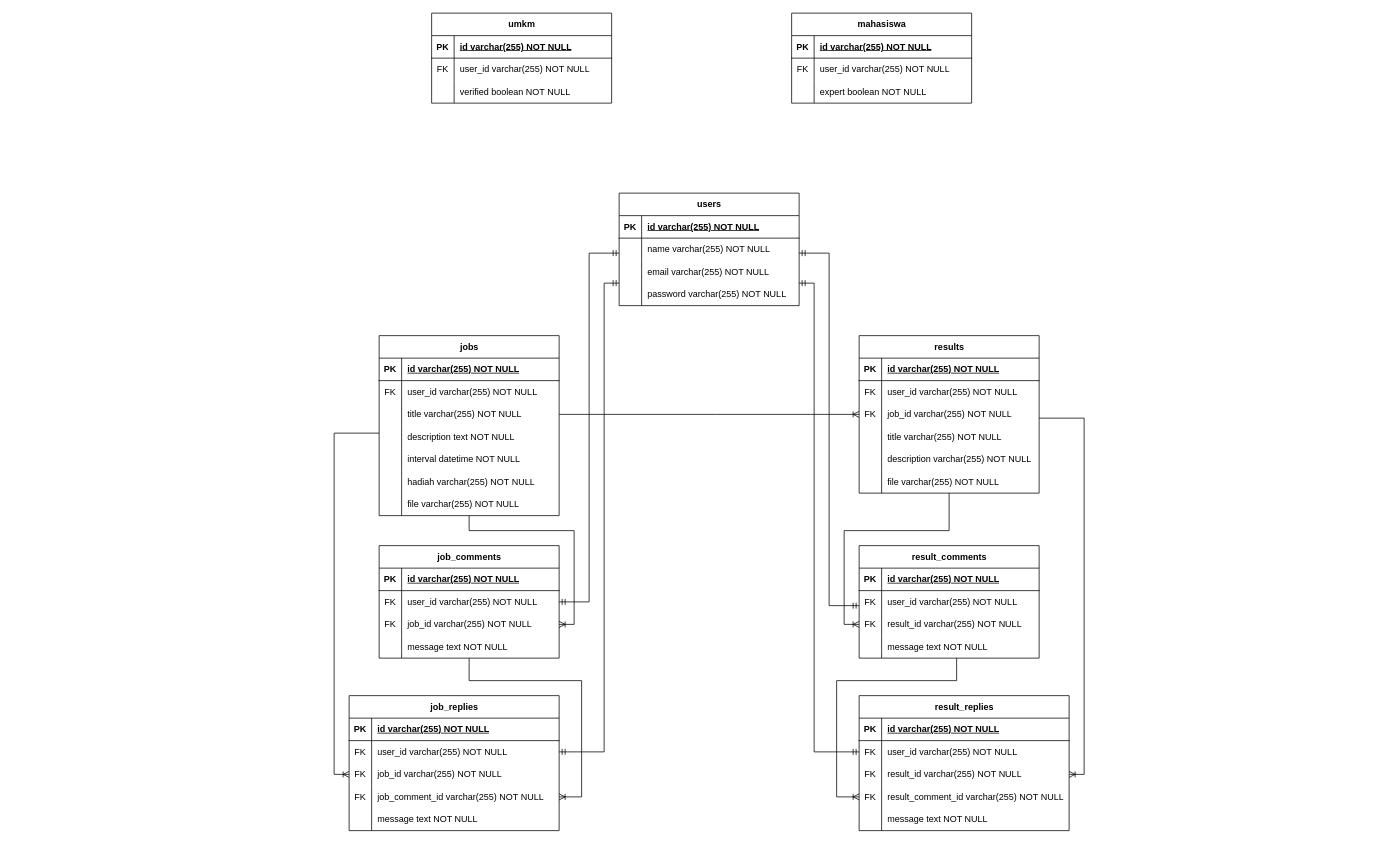
Above: Untitled Diagram.drawio in isalzufari/sayembaara (draw.io), before the change. Source tidied: cells renumbered, new cells numbered last; positions are measured from the earlier drawing's top-left corner, leaving out a move shared by most shapes. Both pictures are drawn from the tidied source at 75%, with x=0, y=0 at pixel (334, 13).
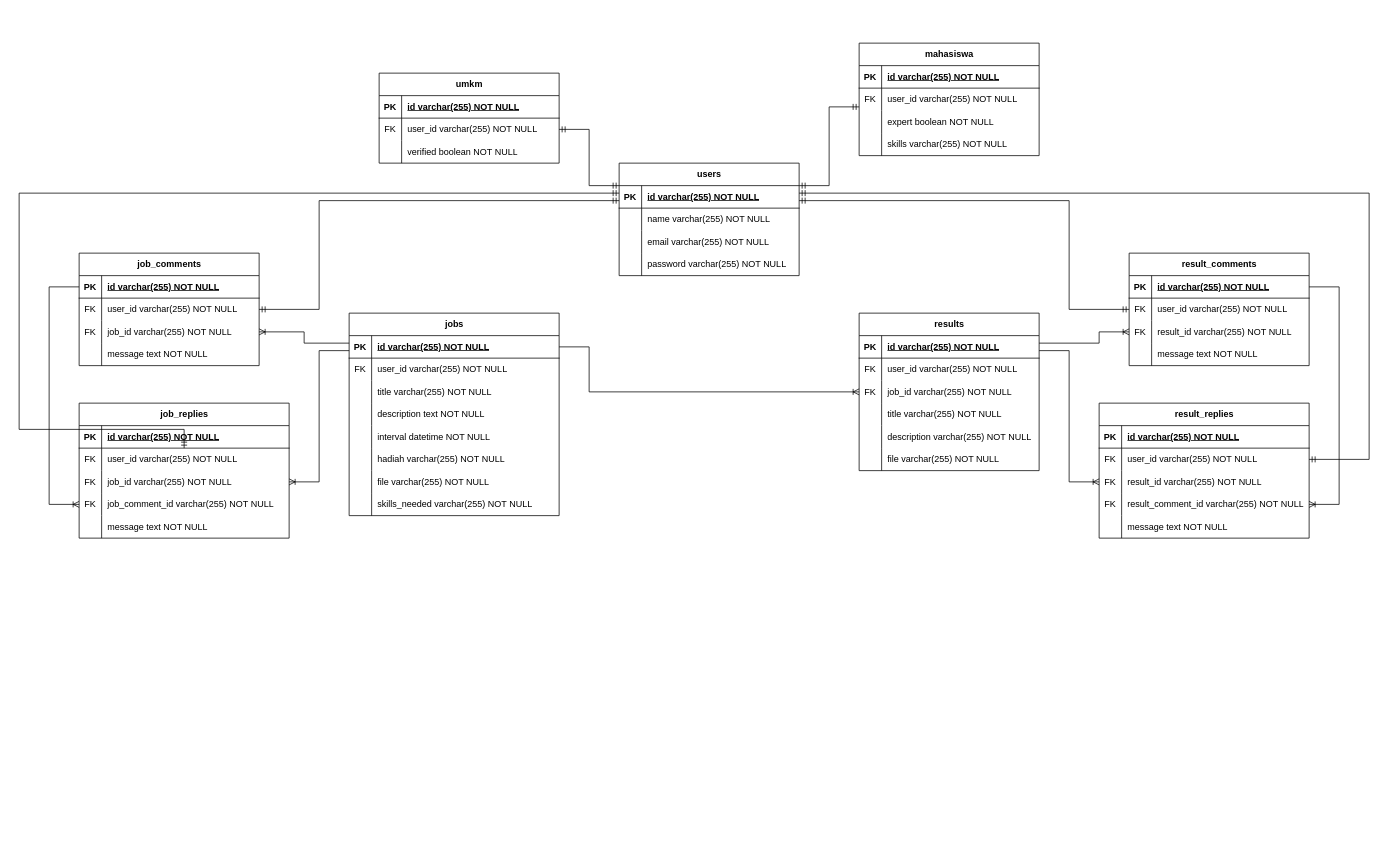
Above is the later version.

Commit message:
ERD: change direction

The change refers to these unchanged cells:
```xml
<mxCell id="3" style="shape=tableRow;horizontal=0;startSize=0;swimlaneHead=0;swimlaneBody=0;fillColor=none;points=[[0,0.5],[1,0.5]];portConstraint=eastwest;top=0;left=0;right=0;bottom=1;" parent="2" vertex="1">
  <mxGeometry y="30" width="240" height="30" as="geometry" />
</mxCell>
<mxCell id="38" style="shape=tableRow;horizontal=0;startSize=0;swimlaneHead=0;swimlaneBody=0;fillColor=none;points=[[0,0.5],[1,0.5]];portConstraint=eastwest;top=0;left=0;right=0;bottom=1;" parent="37" vertex="1">
  <mxGeometry y="30" width="240" height="30" as="geometry" />
</mxCell>
<mxCell id="41" style="shape=tableRow;horizontal=0;startSize=0;swimlaneHead=0;swimlaneBody=0;fillColor=none;points=[[0,0.5],[1,0.5]];portConstraint=eastwest;top=0;left=0;right=0;bottom=0;" parent="37" vertex="1">
  <mxGeometry y="60" width="240" height="30" as="geometry" />
</mxCell>
<mxCell id="44" style="shape=tableRow;horizontal=0;startSize=0;swimlaneHead=0;swimlaneBody=0;fillColor=none;points=[[0,0.5],[1,0.5]];portConstraint=eastwest;top=0;left=0;right=0;bottom=0;" parent="37" vertex="1">
  <mxGeometry y="90" width="240" height="30" as="geometry" />
</mxCell>
<mxCell id="54" style="shape=tableRow;horizontal=0;startSize=0;swimlaneHead=0;swimlaneBody=0;fillColor=none;points=[[0,0.5],[1,0.5]];portConstraint=eastwest;top=0;left=0;right=0;bottom=0;" parent="50" vertex="1">
  <mxGeometry y="60" width="280" height="30" as="geometry" />
</mxCell>
<mxCell id="57" style="shape=tableRow;horizontal=0;startSize=0;swimlaneHead=0;swimlaneBody=0;fillColor=none;points=[[0,0.5],[1,0.5]];portConstraint=eastwest;top=0;left=0;right=0;bottom=0;" parent="50" vertex="1">
  <mxGeometry y="90" width="280" height="30" as="geometry" />
</mxCell>
<mxCell id="60" style="shape=tableRow;horizontal=0;startSize=0;swimlaneHead=0;swimlaneBody=0;fillColor=none;points=[[0,0.5],[1,0.5]];portConstraint=eastwest;top=0;left=0;right=0;bottom=0;" parent="50" vertex="1">
  <mxGeometry y="120" width="280" height="30" as="geometry" />
</mxCell>
<mxCell id="67" style="shape=tableRow;horizontal=0;startSize=0;swimlaneHead=0;swimlaneBody=0;fillColor=none;points=[[0,0.5],[1,0.5]];portConstraint=eastwest;top=0;left=0;right=0;bottom=1;" parent="66" vertex="1">
  <mxGeometry y="30" width="240" height="30" as="geometry" />
</mxCell>
<mxCell id="73" style="shape=tableRow;horizontal=0;startSize=0;swimlaneHead=0;swimlaneBody=0;fillColor=none;points=[[0,0.5],[1,0.5]];portConstraint=eastwest;top=0;left=0;right=0;bottom=0;" parent="66" vertex="1">
  <mxGeometry y="90" width="240" height="30" as="geometry" />
</mxCell>
<mxCell id="86" style="shape=tableRow;horizontal=0;startSize=0;swimlaneHead=0;swimlaneBody=0;fillColor=none;points=[[0,0.5],[1,0.5]];portConstraint=eastwest;top=0;left=0;right=0;bottom=1;" parent="85" vertex="1">
  <mxGeometry y="30" width="240" height="30" as="geometry" />
</mxCell>
<mxCell id="89" style="shape=tableRow;horizontal=0;startSize=0;swimlaneHead=0;swimlaneBody=0;fillColor=none;points=[[0,0.5],[1,0.5]];portConstraint=eastwest;top=0;left=0;right=0;bottom=0;" parent="85" vertex="1">
  <mxGeometry y="60" width="240" height="30" as="geometry" />
</mxCell>
<mxCell id="92" style="shape=tableRow;horizontal=0;startSize=0;swimlaneHead=0;swimlaneBody=0;fillColor=none;points=[[0,0.5],[1,0.5]];portConstraint=eastwest;top=0;left=0;right=0;bottom=0;" parent="85" vertex="1">
  <mxGeometry y="90" width="240" height="30" as="geometry" />
</mxCell>
<mxCell id="102" style="shape=tableRow;horizontal=0;startSize=0;swimlaneHead=0;swimlaneBody=0;fillColor=none;points=[[0,0.5],[1,0.5]];portConstraint=eastwest;top=0;left=0;right=0;bottom=0;" parent="98" vertex="1">
  <mxGeometry y="60" width="280" height="30" as="geometry" />
</mxCell>
<mxCell id="105" style="shape=tableRow;horizontal=0;startSize=0;swimlaneHead=0;swimlaneBody=0;fillColor=none;points=[[0,0.5],[1,0.5]];portConstraint=eastwest;top=0;left=0;right=0;bottom=0;" parent="98" vertex="1">
  <mxGeometry y="90" width="280" height="30" as="geometry" />
</mxCell>
<mxCell id="108" style="shape=tableRow;horizontal=0;startSize=0;swimlaneHead=0;swimlaneBody=0;fillColor=none;points=[[0,0.5],[1,0.5]];portConstraint=eastwest;top=0;left=0;right=0;bottom=0;" parent="98" vertex="1">
  <mxGeometry y="120" width="280" height="30" as="geometry" />
</mxCell>
<mxCell id="118" style="shape=tableRow;horizontal=0;startSize=0;swimlaneHead=0;swimlaneBody=0;fillColor=none;points=[[0,0.5],[1,0.5]];portConstraint=eastwest;top=0;left=0;right=0;bottom=0;" parent="114" vertex="1">
  <mxGeometry y="60" width="240" height="30" as="geometry" />
</mxCell>
<mxCell id="128" style="shape=tableRow;horizontal=0;startSize=0;swimlaneHead=0;swimlaneBody=0;fillColor=none;points=[[0,0.5],[1,0.5]];portConstraint=eastwest;top=0;left=0;right=0;bottom=0;" parent="124" vertex="1">
  <mxGeometry y="60" width="240" height="30" as="geometry" />
</mxCell>
```

Change to the diagram source:
```diff
@@
     <mxCell id="2" value="users" style="shape=table;startSize=30;childLayout=tableLayout;rowLines=0;fontStyle=1;align=center;html=1;" parent="1" vertex="1">
-      <mxGeometry x="380" y="240" width="240" height="150" as="geometry" />
+      <mxGeometry x="380" y="200" width="240" height="150" as="geometry" />
     </mxCell>
@@
     <mxCell id="15" value="jobs" style="shape=table;startSize=30;childLayout=tableLayout;rowLines=0;fontStyle=1;align=center;html=1;" parent="1" vertex="1">
-      <mxGeometry x="60" y="430" width="240" height="240" as="geometry" />
+      <mxGeometry x="20" y="400" width="280" height="270" as="geometry" />
     </mxCell>
     <mxCell id="16" style="shape=tableRow;horizontal=0;startSize=0;swimlaneHead=0;swimlaneBody=0;fillColor=none;points=[[0,0.5],[1,0.5]];portConstraint=eastwest;top=0;left=0;right=0;bottom=1;" parent="15" vertex="1">
-      <mxGeometry y="30" width="240" height="30" as="geometry" />
+      <mxGeometry y="30" width="280" height="30" as="geometry" />
     </mxCell>
@@
     <mxCell id="18" value="id varchar(255) NOT NULL" style="shape=partialRectangle;fillColor=none;top=0;left=0;bottom=0;right=0;align=left;spacingLeft=6;fontStyle=5;overflow=hidden;whiteSpace=wrap;html=1;" parent="16" vertex="1">
-      <mxGeometry x="30" width="210" height="30" as="geometry" />
+      <mxGeometry x="30" width="250" height="30" as="geometry" />
     </mxCell>
     <mxCell id="19" style="shape=tableRow;horizontal=0;startSize=0;swimlaneHead=0;swimlaneBody=0;fillColor=none;top=0;left=0;right=0;bottom=0;" parent="15" vertex="1">
-      <mxGeometry y="60" width="240" height="30" as="geometry" />
+      <mxGeometry y="60" width="280" height="30" as="geometry" />
     </mxCell>
@@
     <mxCell id="21" value="user_id varchar(255) NOT NULL" style="shape=partialRectangle;fillColor=none;top=0;left=0;bottom=0;right=0;align=left;spacingLeft=6;overflow=hidden;whiteSpace=wrap;html=1;" parent="19" vertex="1">
-      <mxGeometry x="30" width="210" height="30" as="geometry" />
+      <mxGeometry x="30" width="250" height="30" as="geometry" />
     </mxCell>
     <mxCell id="22" style="shape=tableRow;horizontal=0;startSize=0;swimlaneHead=0;swimlaneBody=0;fillColor=none;top=0;left=0;right=0;bottom=0;" parent="15" vertex="1">
-      <mxGeometry y="90" width="240" height="30" as="geometry" />
+      <mxGeometry y="90" width="280" height="30" as="geometry" />
     </mxCell>
@@
     <mxCell id="24" value="title varchar(255) NOT NULL" style="shape=partialRectangle;fillColor=none;top=0;left=0;bottom=0;right=0;align=left;spacingLeft=6;overflow=hidden;whiteSpace=wrap;html=1;" parent="22" vertex="1">
-      <mxGeometry x="30" width="210" height="30" as="geometry" />
+      <mxGeometry x="30" width="250" height="30" as="geometry" />
     </mxCell>
     <mxCell id="25" style="shape=tableRow;horizontal=0;startSize=0;swimlaneHead=0;swimlaneBody=0;fillColor=none;top=0;left=0;right=0;bottom=0;" parent="15" vertex="1">
-      <mxGeometry y="120" width="240" height="30" as="geometry" />
+      <mxGeometry y="120" width="280" height="30" as="geometry" />
     </mxCell>
@@
     <mxCell id="27" value="description text NOT NULL" style="shape=partialRectangle;fillColor=none;top=0;left=0;bottom=0;right=0;align=left;spacingLeft=6;overflow=hidden;whiteSpace=wrap;html=1;" parent="25" vertex="1">
-      <mxGeometry x="30" width="210" height="30" as="geometry" />
+      <mxGeometry x="30" width="250" height="30" as="geometry" />
     </mxCell>
     <mxCell id="28" style="shape=tableRow;horizontal=0;startSize=0;swimlaneHead=0;swimlaneBody=0;fillColor=none;top=0;left=0;right=0;bottom=0;" parent="15" vertex="1">
-      <mxGeometry y="150" width="240" height="30" as="geometry" />
+      <mxGeometry y="150" width="280" height="30" as="geometry" />
     </mxCell>
@@
     <mxCell id="30" value="interval datetime NOT NULL" style="shape=partialRectangle;fillColor=none;top=0;left=0;bottom=0;right=0;align=left;spacingLeft=6;overflow=hidden;whiteSpace=wrap;html=1;" parent="28" vertex="1">
-      <mxGeometry x="30" width="210" height="30" as="geometry" />
+      <mxGeometry x="30" width="250" height="30" as="geometry" />
     </mxCell>
     <mxCell id="31" style="shape=tableRow;horizontal=0;startSize=0;swimlaneHead=0;swimlaneBody=0;fillColor=none;top=0;left=0;right=0;bottom=0;" parent="15" vertex="1">
-      <mxGeometry y="180" width="240" height="30" as="geometry" />
+      <mxGeometry y="180" width="280" height="30" as="geometry" />
     </mxCell>
@@
     <mxCell id="33" value="hadiah varchar(255) NOT NULL" style="shape=partialRectangle;fillColor=none;top=0;left=0;bottom=0;right=0;align=left;spacingLeft=6;overflow=hidden;whiteSpace=wrap;html=1;" parent="31" vertex="1">
-      <mxGeometry x="30" width="210" height="30" as="geometry" />
+      <mxGeometry x="30" width="250" height="30" as="geometry" />
     </mxCell>
     <mxCell id="34" style="shape=tableRow;horizontal=0;startSize=0;swimlaneHead=0;swimlaneBody=0;fillColor=none;top=0;left=0;right=0;bottom=0;" parent="15" vertex="1">
-      <mxGeometry y="210" width="240" height="30" as="geometry" />
+      <mxGeometry y="210" width="280" height="30" as="geometry" />
     </mxCell>
@@
     <mxCell id="36" value="file varchar(255) NOT NULL" style="shape=partialRectangle;fillColor=none;top=0;left=0;bottom=0;right=0;align=left;spacingLeft=6;overflow=hidden;whiteSpace=wrap;html=1;" parent="34" vertex="1">
-      <mxGeometry x="30" width="210" height="30" as="geometry" />
+      <mxGeometry x="30" width="250" height="30" as="geometry" />
     </mxCell>
+    <mxCell id="145" style="shape=tableRow;horizontal=0;startSize=0;swimlaneHead=0;swimlaneBody=0;fillColor=none;top=0;left=0;right=0;bottom=0;" parent="15" vertex="1">
+      <mxGeometry y="240" width="280" height="30" as="geometry" />
+    </mxCell>
+    <mxCell id="146" style="shape=partialRectangle;fillColor=none;top=0;left=0;bottom=0;right=0;overflow=hidden;whiteSpace=wrap;html=1;" parent="145" vertex="1">
+      <mxGeometry width="30" height="30" as="geometry" />
+    </mxCell>
+    <mxCell id="147" value="skills_needed varchar(255) NOT NULL" style="shape=partialRectangle;fillColor=none;top=0;left=0;bottom=0;right=0;align=left;spacingLeft=6;overflow=hidden;whiteSpace=wrap;html=1;" parent="145" vertex="1">
+      <mxGeometry x="30" width="250" height="30" as="geometry" />
+    </mxCell>
     <mxCell id="37" value="job_comments" style="shape=table;startSize=30;childLayout=tableLayout;rowLines=0;fontStyle=1;align=center;html=1;" parent="1" vertex="1">
-      <mxGeometry x="60" y="710" width="240" height="150" as="geometry" />
+      <mxGeometry x="-340" y="320" width="240" height="150" as="geometry" />
     </mxCell>
@@
     <mxCell id="50" value="job_replies" style="shape=table;startSize=30;childLayout=tableLayout;rowLines=0;fontStyle=1;align=center;html=1;" parent="1" vertex="1">
-      <mxGeometry x="20" y="910" width="280" height="180" as="geometry" />
+      <mxGeometry x="-340" y="520" width="280" height="180" as="geometry" />
     </mxCell>
@@
     <mxCell id="66" value="results" style="shape=table;startSize=30;childLayout=tableLayout;rowLines=0;fontStyle=1;align=center;html=1;" parent="1" vertex="1">
-      <mxGeometry x="700" y="430" width="240" height="210" as="geometry" />
+      <mxGeometry x="700" y="400" width="240" height="210" as="geometry" />
     </mxCell>
@@
     <mxCell id="85" value="result_comments" style="shape=table;startSize=30;childLayout=tableLayout;rowLines=0;fontStyle=1;align=center;html=1;" parent="1" vertex="1">
-      <mxGeometry x="700" y="710" width="240" height="150" as="geometry" />
+      <mxGeometry x="1060" y="320" width="240" height="150" as="geometry" />
     </mxCell>
@@
     <mxCell id="98" value="result_replies" style="shape=table;startSize=30;childLayout=tableLayout;rowLines=0;fontStyle=1;align=center;html=1;" parent="1" vertex="1">
-      <mxGeometry x="700" y="910" width="280" height="180" as="geometry" />
+      <mxGeometry x="1020" y="520" width="280" height="180" as="geometry" />
     </mxCell>
@@
     <mxCell id="114" value="umkm" style="shape=table;startSize=30;childLayout=tableLayout;rowLines=0;fontStyle=1;align=center;html=1;" parent="1" vertex="1">
-      <mxGeometry x="130" width="240" height="120" as="geometry" />
+      <mxGeometry x="60" y="80" width="240" height="120" as="geometry" />
     </mxCell>
@@
     <mxCell id="124" value="mahasiswa" style="shape=table;startSize=30;childLayout=tableLayout;rowLines=0;fontStyle=1;align=center;html=1;" parent="1" vertex="1">
-      <mxGeometry x="610" width="240" height="120" as="geometry" />
+      <mxGeometry x="700" y="40" width="240" height="150" as="geometry" />
     </mxCell>
@@
+    <mxCell id="148" style="shape=tableRow;horizontal=0;startSize=0;swimlaneHead=0;swimlaneBody=0;fillColor=none;top=0;left=0;right=0;bottom=0;" parent="124" vertex="1">
+      <mxGeometry y="120" width="240" height="30" as="geometry" />
+    </mxCell>
+    <mxCell id="149" style="shape=partialRectangle;fillColor=none;top=0;left=0;bottom=0;right=0;overflow=hidden;whiteSpace=wrap;html=1;" parent="148" vertex="1">
+      <mxGeometry width="30" height="30" as="geometry" />
+    </mxCell>
+    <mxCell id="150" value="skills varchar(255) NOT NULL" style="shape=partialRectangle;fillColor=none;top=0;left=0;bottom=0;right=0;align=left;spacingLeft=6;overflow=hidden;whiteSpace=wrap;html=1;" parent="148" vertex="1">
+      <mxGeometry x="30" width="210" height="30" as="geometry" />
+    </mxCell>
-    <mxCell id="134" style="edgeStyle=orthogonalEdgeStyle;fontSize=12;html=1;endArrow=ERoneToMany;rounded=0;" parent="1" edge="1" source="37" target="60">
+    <mxCell id="134" style="edgeStyle=orthogonalEdgeStyle;fontSize=12;html=1;endArrow=ERoneToMany;rounded=0;" parent="1" edge="1" source="38" target="60">
       <mxGeometry relative="1" as="geometry">
         <Array as="points">
-          <mxPoint x="180" y="890" />
-          <mxPoint x="330" y="890" />
-          <mxPoint x="330" y="1045" />
+          <mxPoint x="-380" y="365" />
+          <mxPoint x="-380" y="655" />
         </Array>
       </mxGeometry>
     </mxCell>
-    <mxCell id="135" style="edgeStyle=orthogonalEdgeStyle;fontSize=12;html=1;endArrow=ERoneToMany;rounded=0;" parent="1" edge="1" source="15" target="57">
+    <mxCell id="135" style="edgeStyle=orthogonalEdgeStyle;fontSize=12;html=1;endArrow=ERoneToMany;rounded=0;" parent="1" edge="1" source="16" target="57">
       <mxGeometry relative="1" as="geometry">
         <Array as="points">
-          <mxPoint y="560" />
-          <mxPoint y="1015" />
+          <mxPoint x="-20" y="450" />
+          <mxPoint x="-20" y="625" />
         </Array>
       </mxGeometry>
     </mxCell>
-    <mxCell id="136" style="edgeStyle=orthogonalEdgeStyle;fontSize=12;html=1;endArrow=ERoneToMany;rounded=0;" parent="1" edge="1" source="15" target="44">
+    <mxCell id="136" style="edgeStyle=orthogonalEdgeStyle;fontSize=12;html=1;endArrow=ERoneToMany;rounded=0;" parent="1" edge="1" source="16" target="44">
       <mxGeometry relative="1" as="geometry">
         <Array as="points">
-          <mxPoint x="180" y="690" />
-          <mxPoint x="320" y="690" />
-          <mxPoint x="320" y="815" />
+          <mxPoint x="-40" y="440" />
+          <mxPoint x="-40" y="425" />
         </Array>
       </mxGeometry>
     </mxCell>
     <mxCell id="137" style="edgeStyle=orthogonalEdgeStyle;fontSize=12;html=1;endArrow=ERmandOne;startArrow=ERmandOne;rounded=0;" parent="1" edge="1" source="41" target="2">
       <mxGeometry relative="1" as="geometry">
         <Array as="points">
-          <mxPoint x="340" y="785" />
-          <mxPoint x="340" y="320" />
+          <mxPoint x="-20" y="395" />
+          <mxPoint x="-20" y="250" />
         </Array>
       </mxGeometry>
     </mxCell>
-    <mxCell id="138" style="edgeStyle=orthogonalEdgeStyle;fontSize=12;html=1;endArrow=ERmandOne;startArrow=ERmandOne;rounded=0;" parent="1" edge="1" source="54" target="2">
+    <mxCell id="138" style="edgeStyle=orthogonalEdgeStyle;fontSize=12;html=1;endArrow=ERmandOne;startArrow=ERmandOne;rounded=0;" parent="1" edge="1" source="54" target="3">
       <mxGeometry relative="1" as="geometry">
         <Array as="points">
-          <mxPoint x="360" y="985" />
-          <mxPoint x="360" y="360" />
+          <mxPoint x="-200" y="555" />
+          <mxPoint x="-420" y="555" />
+          <mxPoint x="-420" y="240" />
         </Array>
       </mxGeometry>
     </mxCell>
-    <mxCell id="139" style="edgeStyle=orthogonalEdgeStyle;fontSize=12;html=1;endArrow=ERoneToMany;rounded=0;" parent="1" edge="1" source="66" target="105">
+    <mxCell id="139" style="edgeStyle=orthogonalEdgeStyle;fontSize=12;html=1;endArrow=ERoneToMany;rounded=0;" parent="1" edge="1" source="67" target="105">
       <mxGeometry relative="1" as="geometry">
         <Array as="points">
-          <mxPoint x="1000" y="540" />
-          <mxPoint x="1000" y="1015" />
+          <mxPoint x="980" y="450" />
+          <mxPoint x="980" y="625" />
         </Array>
       </mxGeometry>
     </mxCell>
-    <mxCell id="140" style="edgeStyle=orthogonalEdgeStyle;fontSize=12;html=1;endArrow=ERoneToMany;rounded=0;" parent="1" edge="1" source="66" target="92">
+    <mxCell id="140" style="edgeStyle=orthogonalEdgeStyle;fontSize=12;html=1;endArrow=ERoneToMany;rounded=0;" parent="1" edge="1" source="67" target="92">
       <mxGeometry relative="1" as="geometry">
         <Array as="points">
-          <mxPoint x="820" y="690" />
-          <mxPoint x="680" y="690" />
-          <mxPoint x="680" y="815" />
+          <mxPoint x="1020" y="440" />
+          <mxPoint x="1020" y="425" />
         </Array>
       </mxGeometry>
     </mxCell>
-    <mxCell id="141" style="edgeStyle=orthogonalEdgeStyle;fontSize=12;html=1;endArrow=ERmandOne;startArrow=ERmandOne;rounded=0;" parent="1" edge="1" source="89" target="2">
+    <mxCell id="141" style="edgeStyle=orthogonalEdgeStyle;fontSize=12;html=1;endArrow=ERmandOne;startArrow=ERmandOne;rounded=0;" parent="1" edge="1" source="89" target="3">
       <mxGeometry relative="1" as="geometry">
         <Array as="points">
-          <mxPoint x="660" y="790" />
-          <mxPoint x="660" y="320" />
+          <mxPoint x="980" y="395" />
+          <mxPoint x="980" y="250" />
         </Array>
       </mxGeometry>
     </mxCell>
-    <mxCell id="142" style="edgeStyle=orthogonalEdgeStyle;fontSize=12;html=1;endArrow=ERmandOne;startArrow=ERmandOne;rounded=0;" parent="1" edge="1" source="102" target="2">
-      <mxGeometry relative="1" as="geometry">
-        <Array as="points">
-          <mxPoint x="640" y="985" />
-          <mxPoint x="640" y="360" />
-        </Array>
-      </mxGeometry>
-    </mxCell>
-    <mxCell id="143" style="edgeStyle=orthogonalEdgeStyle;fontSize=12;html=1;endArrow=ERoneToMany;rounded=0;" parent="1" edge="1" source="85" target="108">
+    <mxCell id="143" style="edgeStyle=orthogonalEdgeStyle;fontSize=12;html=1;endArrow=ERoneToMany;rounded=0;" parent="1" edge="1" source="86" target="108">
       <mxGeometry relative="1" as="geometry">
         <Array as="points">
-          <mxPoint x="830" y="890" />
-          <mxPoint x="670" y="890" />
-          <mxPoint x="670" y="1045" />
+          <mxPoint x="1340" y="365" />
+          <mxPoint x="1340" y="655" />
         </Array>
       </mxGeometry>
     </mxCell>
-    <mxCell id="144" style="edgeStyle=orthogonalEdgeStyle;fontSize=12;html=1;endArrow=ERoneToMany;rounded=0;" parent="1" edge="1" source="15" target="73">
+    <mxCell id="144" style="edgeStyle=orthogonalEdgeStyle;fontSize=12;html=1;endArrow=ERoneToMany;rounded=0;" parent="1" edge="1" source="16" target="73">
       <mxGeometry relative="1" as="geometry">
         <Array as="points">
-          <mxPoint x="510" y="535" />
-          <mxPoint x="510" y="535" />
+          <mxPoint x="340" y="445" />
+          <mxPoint x="340" y="505" />
         </Array>
       </mxGeometry>
     </mxCell>
+    <mxCell id="151" style="edgeStyle=orthogonalEdgeStyle;fontSize=12;html=1;endArrow=ERmandOne;startArrow=ERmandOne;rounded=0;" parent="1" edge="1" source="2" target="118">
+      <mxGeometry relative="1" as="geometry">
+        <Array as="points">
+          <mxPoint x="340" y="230" />
+          <mxPoint x="340" y="155" />
+        </Array>
+      </mxGeometry>
+    </mxCell>
+    <mxCell id="152" style="edgeStyle=orthogonalEdgeStyle;fontSize=12;html=1;endArrow=ERmandOne;startArrow=ERmandOne;rounded=0;" parent="1" edge="1" source="2" target="128">
+      <mxGeometry relative="1" as="geometry">
+        <Array as="points">
+          <mxPoint x="660" y="230" />
+          <mxPoint x="660" y="125" />
+        </Array>
+      </mxGeometry>
+    </mxCell>
+    <mxCell id="142" style="edgeStyle=orthogonalEdgeStyle;fontSize=12;html=1;endArrow=ERmandOne;startArrow=ERmandOne;rounded=0;" parent="1" edge="1" source="102" target="2">
+      <mxGeometry relative="1" as="geometry">
+        <Array as="points">
+          <mxPoint x="1380" y="595" />
+          <mxPoint x="1380" y="240" />
+        </Array>
+      </mxGeometry>
+    </mxCell>
```
